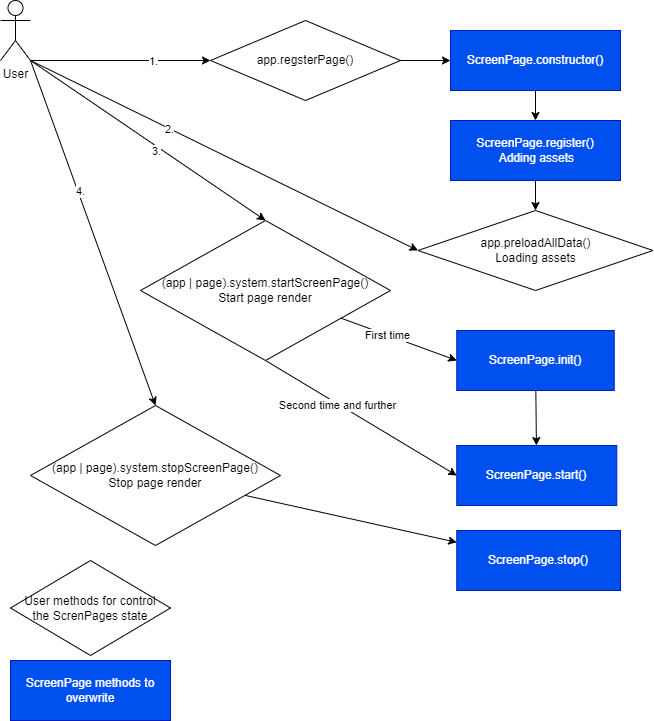
This is schemes/loading_stages.png from ALapinskas/jsge, a draw.io export, as it was before one commit. Source tidied: cells renumbered, new cells last; positions are measured from the earlier drawing's top-left corner, leaving out a move shared by most shapes. The source it was exported from:
```xml
<mxGraphModel>
  <root>
    <mxCell id="0" />
    <mxCell id="1" parent="0" />
    <mxCell id="2" style="edgeStyle=none;html=1;" parent="1" edge="1" source="3" target="5">
      <mxGeometry relative="1" as="geometry" />
    </mxCell>
    <mxCell id="3" value="ScreenPage.constructor()" style="rounded=0;whiteSpace=wrap;html=1;fillColor=#0050ef;fontColor=#ffffff;strokeColor=#001DBC;" parent="1" vertex="1">
      <mxGeometry x="450" y="30" width="170" height="60" as="geometry" />
    </mxCell>
    <mxCell id="4" style="edgeStyle=none;html=1;" parent="1" edge="1" source="5" target="6">
      <mxGeometry relative="1" as="geometry" />
    </mxCell>
    <mxCell id="5" value="ScreenPage.register()&lt;br&gt;&amp;nbsp;Adding assets" style="whiteSpace=wrap;html=1;rounded=0;fillColor=#0050ef;fontColor=#ffffff;strokeColor=#001DBC;" parent="1" vertex="1">
      <mxGeometry x="450" y="120" width="170" height="60" as="geometry" />
    </mxCell>
    <mxCell id="6" value="app.preloadAllData()&lt;br&gt;Loading assets" style="rhombus;whiteSpace=wrap;html=1;rounded=0;" parent="1" vertex="1">
      <mxGeometry x="417.5" y="210" width="235" height="80" as="geometry" />
    </mxCell>
    <mxCell id="7" style="edgeStyle=none;html=1;" parent="1" edge="1" source="8" target="9">
      <mxGeometry relative="1" as="geometry" />
    </mxCell>
    <mxCell id="8" value="ScreenPage.init()" style="whiteSpace=wrap;html=1;rounded=0;fillColor=#0050ef;fontColor=#ffffff;strokeColor=#001DBC;" parent="1" vertex="1">
      <mxGeometry x="456.2" y="330" width="157.5" height="60" as="geometry" />
    </mxCell>
    <mxCell id="9" value="ScreenPage.start()" style="whiteSpace=wrap;html=1;rounded=0;fillColor=#0050ef;fontColor=#ffffff;strokeColor=#001DBC;" parent="1" vertex="1">
      <mxGeometry x="456.2" y="445" width="160" height="60" as="geometry" />
    </mxCell>
    <mxCell id="10" style="edgeStyle=none;html=1;entryX=0;entryY=0.5;entryDx=0;entryDy=0;exitX=1;exitY=1;exitDx=0;exitDy=0;exitPerimeter=0;" parent="1" edge="1" source="18" target="20">
      <mxGeometry relative="1" as="geometry" />
    </mxCell>
    <mxCell id="11" value="1." style="edgeLabel;html=1;align=center;verticalAlign=middle;" parent="10" vertex="1">
      <mxGeometry x="0.36" y="1" relative="1" as="geometry">
        <mxPoint y="1" as="offset" />
      </mxGeometry>
    </mxCell>
    <mxCell id="12" style="edgeStyle=none;html=1;exitX=1;exitY=1;exitDx=0;exitDy=0;exitPerimeter=0;entryX=0;entryY=0.5;entryDx=0;entryDy=0;" parent="1" edge="1" source="18" target="6">
      <mxGeometry relative="1" as="geometry" />
    </mxCell>
    <mxCell id="13" value="2." style="edgeLabel;html=1;align=center;verticalAlign=middle;" parent="12" vertex="1">
      <mxGeometry x="-0.75" y="-1" relative="1" as="geometry">
        <mxPoint x="90" y="44" as="offset" />
      </mxGeometry>
    </mxCell>
    <mxCell id="14" style="edgeStyle=none;html=1;exitX=1;exitY=1;exitDx=0;exitDy=0;exitPerimeter=0;entryX=0.5;entryY=0;entryDx=0;entryDy=0;" parent="1" edge="1" source="18" target="25">
      <mxGeometry relative="1" as="geometry" />
    </mxCell>
    <mxCell id="15" value="3." style="edgeLabel;html=1;align=center;verticalAlign=middle;" parent="14" vertex="1">
      <mxGeometry x="-0.61" y="3" relative="1" as="geometry">
        <mxPoint x="78" y="62" as="offset" />
      </mxGeometry>
    </mxCell>
    <mxCell id="16" style="edgeStyle=none;html=1;exitX=1;exitY=1;exitDx=0;exitDy=0;exitPerimeter=0;entryX=0.5;entryY=0;entryDx=0;entryDy=0;" parent="1" edge="1" source="18" target="27">
      <mxGeometry relative="1" as="geometry" />
    </mxCell>
    <mxCell id="17" value="4." style="edgeLabel;html=1;align=center;verticalAlign=middle;" parent="16" vertex="1">
      <mxGeometry x="-0.53" y="-4" relative="1" as="geometry">
        <mxPoint x="24" y="48" as="offset" />
      </mxGeometry>
    </mxCell>
    <mxCell id="18" value="User" style="shape=umlActor;verticalLabelPosition=bottom;verticalAlign=top;html=1;outlineConnect=0;" parent="1" vertex="1">
      <mxGeometry width="30" height="60" as="geometry" />
    </mxCell>
    <mxCell id="19" style="edgeStyle=none;html=1;" parent="1" edge="1" source="20" target="3">
      <mxGeometry relative="1" as="geometry" />
    </mxCell>
    <mxCell id="20" value="app.regsterPage()" style="rhombus;whiteSpace=wrap;html=1;rounded=0;" parent="1" vertex="1">
      <mxGeometry x="210" y="20" width="190" height="80" as="geometry" />
    </mxCell>
    <mxCell id="21" style="edgeStyle=none;html=1;entryX=0;entryY=0.5;entryDx=0;entryDy=0;" parent="1" edge="1" source="25" target="8">
      <mxGeometry relative="1" as="geometry" />
    </mxCell>
    <mxCell id="22" value="First time" style="edgeLabel;html=1;align=center;verticalAlign=middle;" parent="21" vertex="1">
      <mxGeometry x="-0.2" y="1" relative="1" as="geometry">
        <mxPoint y="1" as="offset" />
      </mxGeometry>
    </mxCell>
    <mxCell id="23" style="edgeStyle=none;html=1;exitX=0.5;exitY=1;exitDx=0;exitDy=0;entryX=0;entryY=0.5;entryDx=0;entryDy=0;" parent="1" edge="1" source="25" target="9">
      <mxGeometry relative="1" as="geometry" />
    </mxCell>
    <mxCell id="24" value="Second time and further" style="edgeLabel;html=1;align=center;verticalAlign=middle;" parent="23" vertex="1">
      <mxGeometry x="-0.25" y="-1" relative="1" as="geometry" />
    </mxCell>
    <mxCell id="25" value="(app | page).system.startScreenPage()&lt;br&gt;Start page render" style="rhombus;whiteSpace=wrap;html=1;rounded=0;" parent="1" vertex="1">
      <mxGeometry x="140" y="220" width="250" height="140" as="geometry" />
    </mxCell>
    <mxCell id="26" style="edgeStyle=none;html=1;" parent="1" edge="1" source="27" target="28">
      <mxGeometry relative="1" as="geometry" />
    </mxCell>
    <mxCell id="27" value="(app | page).system.stopScreenPage()&lt;br&gt;Stop page render" style="rhombus;whiteSpace=wrap;html=1;rounded=0;" parent="1" vertex="1">
      <mxGeometry x="30" y="405" width="250" height="140" as="geometry" />
    </mxCell>
    <mxCell id="28" value="ScreenPage.stop()" style="whiteSpace=wrap;html=1;rounded=0;fillColor=#0050ef;fontColor=#ffffff;strokeColor=#001DBC;" parent="1" vertex="1">
      <mxGeometry x="456.2" y="530" width="163.8" height="60" as="geometry" />
    </mxCell>
    <mxCell id="29" value="ScreenPage methods to overwrite" style="rounded=0;whiteSpace=wrap;html=1;fillColor=#0050ef;fontColor=#ffffff;strokeColor=#001DBC;" parent="1" vertex="1">
      <mxGeometry x="10" y="660" width="160" height="60" as="geometry" />
    </mxCell>
    <mxCell id="30" value="User methods for control &lt;br&gt;the ScrenPages state" style="rhombus;whiteSpace=wrap;html=1;rounded=0;" parent="1" vertex="1">
      <mxGeometry x="10" y="560" width="160" height="95" as="geometry" />
    </mxCell>
  </root>
</mxGraphModel>
```
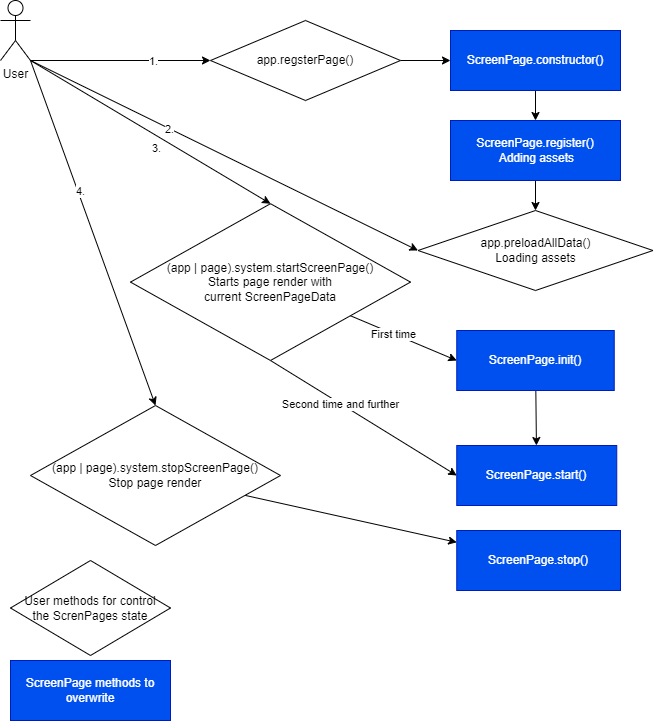
After the change.

Change to the diagram source:
```diff
@@ -81,8 +81,8 @@
     <mxCell id="24" value="Second time and further" style="edgeLabel;html=1;align=center;verticalAlign=middle;" parent="23" vertex="1">
       <mxGeometry x="-0.25" y="-1" relative="1" as="geometry" />
     </mxCell>
-    <mxCell id="25" value="(app | page).system.startScreenPage()&lt;br&gt;Start page render" style="rhombus;whiteSpace=wrap;html=1;rounded=0;" parent="1" vertex="1">
-      <mxGeometry x="140" y="220" width="250" height="140" as="geometry" />
+    <mxCell id="25" value="(app | page).system.startScreenPage()&lt;br&gt;Starts page render with&lt;br&gt;current ScreenPageData&lt;br&gt;" style="rhombus;whiteSpace=wrap;html=1;rounded=0;" parent="1" vertex="1">
+      <mxGeometry x="130" y="203.2" width="280" height="156.8" as="geometry" />
     </mxCell>
     <mxCell id="26" style="edgeStyle=none;html=1;" parent="1" edge="1" source="27" target="28">
       <mxGeometry relative="1" as="geometry" />
```
